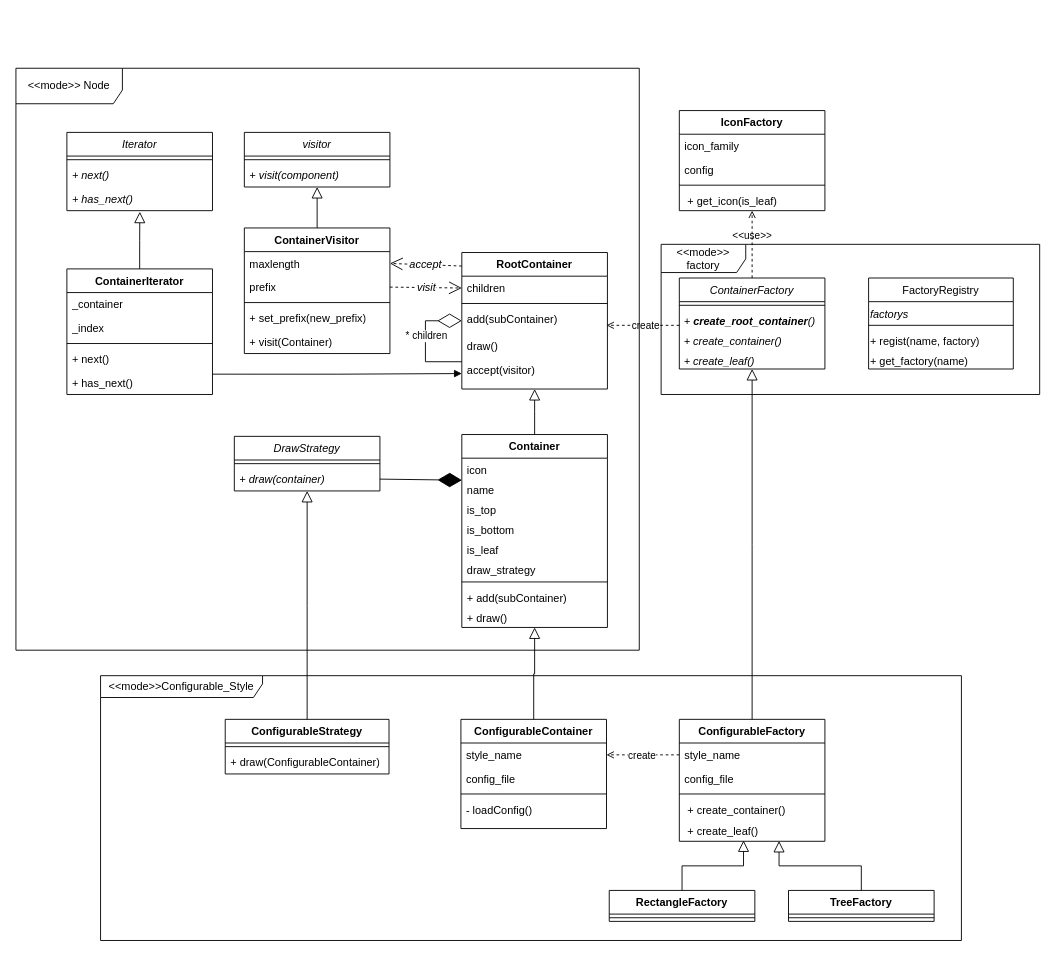
The draw.io diagram doc/UML.drawio in DonaLdZY/FunnyJsonExplorer, before the edit. Source tidied: cells renumbered, new cells numbered last; positions are measured from the earlier drawing's top-left corner, leaving out a move shared by most shapes. Both pictures are drawn from the tidied source at 91%, with x=0, y=0 at pixel (15, 15).
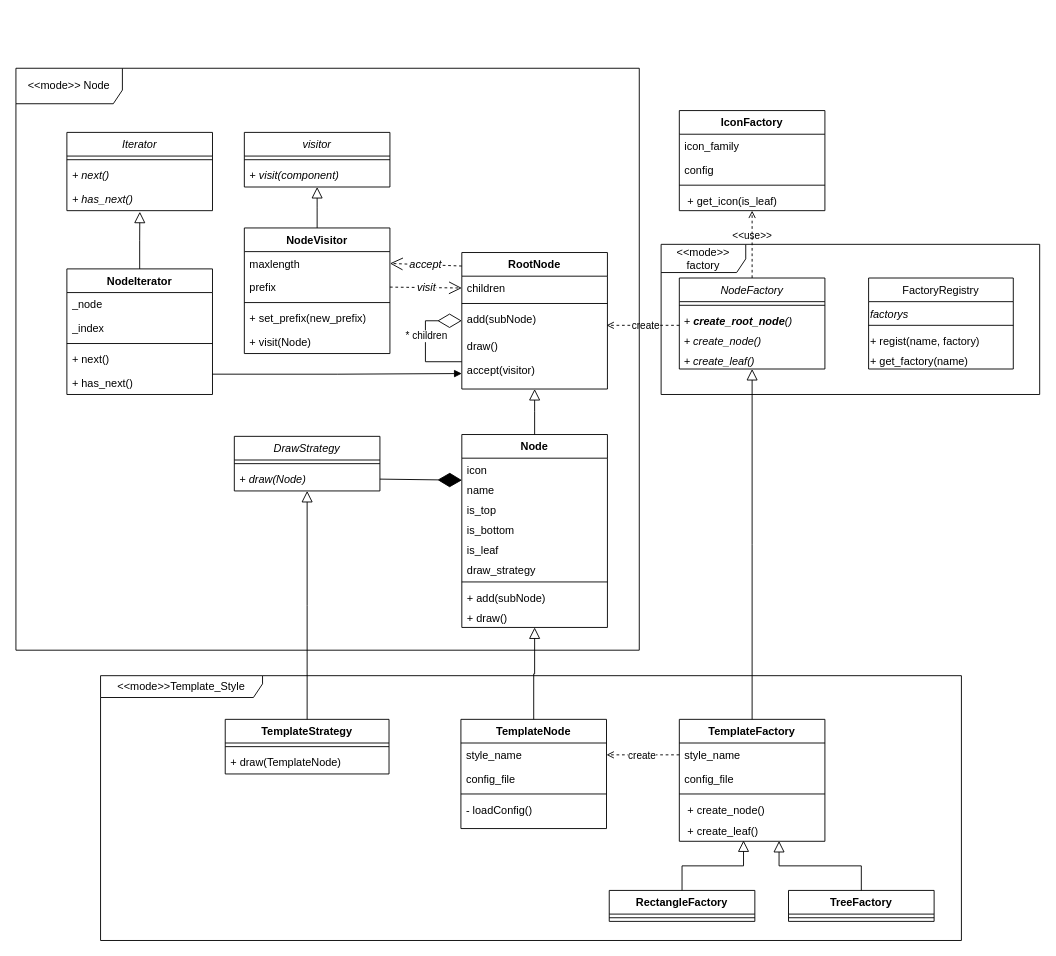
The same page after the edit.

Commit message (it also covers changes not shown here):
规范文件与类与变量的命名,但是UML图懒得改了

The change refers to these unchanged cells:
```xml
<mxCell id="66" value="&lt;i style=&quot;font-weight: normal;&quot;&gt;DrawStrategy&lt;/i&gt;" style="swimlane;fontStyle=1;align=center;verticalAlign=top;horizontal=1;startSize=26;whiteSpace=wrap;html=1;rounded=0;shadow=0;strokeColor=default;strokeWidth=1;fontFamily=Helvetica;fontSize=12;fontColor=default;fillColor=default;" parent="1" vertex="1">
  <mxGeometry x="240" y="462" width="160" height="60" as="geometry" />
</mxCell>
```

Change to the diagram source:
```diff
@@
-    <mxCell id="2" value="Container" style="swimlane;fontStyle=1;align=center;verticalAlign=top;horizontal=1;startSize=26;whiteSpace=wrap;html=1;rounded=0;shadow=0;strokeColor=default;strokeWidth=1;fontFamily=Helvetica;fontSize=12;fontColor=default;fillColor=default;" parent="1" vertex="1">
+    <mxCell id="2" value="Node" style="swimlane;fontStyle=1;align=center;verticalAlign=top;horizontal=1;startSize=26;whiteSpace=wrap;html=1;rounded=0;shadow=0;strokeColor=default;strokeWidth=1;fontFamily=Helvetica;fontSize=12;fontColor=default;fillColor=default;" parent="1" vertex="1">
       <mxGeometry x="490" y="460" width="160" height="212" as="geometry" />
     </mxCell>
@@
-    <mxCell id="10" value="+ add(subContainer)" style="text;align=left;verticalAlign=top;spacingLeft=4;spacingRight=4;overflow=hidden;" parent="2" vertex="1">
+    <mxCell id="10" value="+ add(subNode)" style="text;align=left;verticalAlign=top;spacingLeft=4;spacingRight=4;overflow=hidden;" parent="2" vertex="1">
       <mxGeometry y="166" width="160" height="22" as="geometry" />
     </mxCell>
@@
-    <mxCell id="12" value="ConfigurableContainer" style="swimlane;fontStyle=1;align=center;verticalAlign=top;horizontal=1;startSize=26;whiteSpace=wrap;html=1;rounded=0;shadow=0;strokeColor=default;strokeWidth=1;fontFamily=Helvetica;fontSize=12;fontColor=default;fillColor=default;" parent="1" vertex="1">
+    <mxCell id="12" value="TemplateNode" style="swimlane;fontStyle=1;align=center;verticalAlign=top;horizontal=1;startSize=26;whiteSpace=wrap;html=1;rounded=0;shadow=0;strokeColor=default;strokeWidth=1;fontFamily=Helvetica;fontSize=12;fontColor=default;fillColor=default;" parent="1" vertex="1">
       <mxGeometry x="489" y="773" width="160" height="120" as="geometry" />
     </mxCell>
@@
-    <mxCell id="18" value="RootContainer" style="swimlane;fontStyle=1;align=center;verticalAlign=top;horizontal=1;startSize=26;whiteSpace=wrap;html=1;rounded=0;shadow=0;strokeColor=default;strokeWidth=1;fontFamily=Helvetica;fontSize=12;fontColor=default;fillColor=default;" parent="1" vertex="1">
+    <mxCell id="18" value="RootNode" style="swimlane;fontStyle=1;align=center;verticalAlign=top;horizontal=1;startSize=26;whiteSpace=wrap;html=1;rounded=0;shadow=0;strokeColor=default;strokeWidth=1;fontFamily=Helvetica;fontSize=12;fontColor=default;fillColor=default;" parent="1" vertex="1">
       <mxGeometry x="490" y="260" width="160" height="150" as="geometry" />
     </mxCell>
@@
-    <mxCell id="21" value="add(subContainer)" style="text;align=left;verticalAlign=top;spacingLeft=4;spacingRight=4;overflow=hidden;points=[[0,0.5],[1,0.5]];portConstraint=eastwest;" parent="18" vertex="1">
+    <mxCell id="21" value="add(subNode)" style="text;align=left;verticalAlign=top;spacingLeft=4;spacingRight=4;overflow=hidden;points=[[0,0.5],[1,0.5]];portConstraint=eastwest;" parent="18" vertex="1">
       <mxGeometry y="60" width="160" height="30" as="geometry" />
     </mxCell>
@@
-    <mxCell id="26" value="&lt;span style=&quot;font-weight: normal;&quot;&gt;&lt;i&gt;ContainerFactory&lt;/i&gt;&lt;/span&gt;" style="swimlane;fontStyle=1;align=center;verticalAlign=top;horizontal=1;startSize=26;whiteSpace=wrap;html=1;rounded=0;shadow=0;strokeColor=default;strokeWidth=1;fontFamily=Helvetica;fontSize=12;fontColor=default;fillColor=default;" parent="1" vertex="1">
+    <mxCell id="26" value="&lt;span style=&quot;font-weight: normal;&quot;&gt;&lt;i&gt;NodeFactory&lt;/i&gt;&lt;/span&gt;" style="swimlane;fontStyle=1;align=center;verticalAlign=top;horizontal=1;startSize=26;whiteSpace=wrap;html=1;rounded=0;shadow=0;strokeColor=default;strokeWidth=1;fontFamily=Helvetica;fontSize=12;fontColor=default;fillColor=default;" parent="1" vertex="1">
       <mxGeometry x="729" y="288" width="160" height="100" as="geometry" />
     </mxCell>
@@
-    <mxCell id="28" value="&lt;div&gt;&lt;span style=&quot;text-wrap: nowrap;&quot;&gt;&lt;i&gt;&amp;nbsp;+ &lt;b&gt;create_root_container&lt;/b&gt;()&lt;/i&gt;&lt;/span&gt;&lt;br&gt;&lt;/div&gt;" style="text;whiteSpace=wrap;html=1;" parent="26" vertex="1">
+    <mxCell id="28" value="&lt;div&gt;&lt;span style=&quot;text-wrap: nowrap;&quot;&gt;&lt;i&gt;&amp;nbsp;+ &lt;b&gt;create_root_node&lt;/b&gt;()&lt;/i&gt;&lt;/span&gt;&lt;br&gt;&lt;/div&gt;" style="text;whiteSpace=wrap;html=1;" parent="26" vertex="1">
       <mxGeometry y="34" width="160" height="22" as="geometry" />
     </mxCell>
-    <mxCell id="29" value="&lt;div&gt;&lt;span style=&quot;text-wrap: nowrap;&quot;&gt;&lt;i&gt;&amp;nbsp;+ create_container()&lt;/i&gt;&lt;/span&gt;&lt;br&gt;&lt;/div&gt;" style="text;whiteSpace=wrap;html=1;" parent="26" vertex="1">
+    <mxCell id="29" value="&lt;div&gt;&lt;span style=&quot;text-wrap: nowrap;&quot;&gt;&lt;i&gt;&amp;nbsp;+ create_node()&lt;/i&gt;&lt;/span&gt;&lt;br&gt;&lt;/div&gt;" style="text;whiteSpace=wrap;html=1;" parent="26" vertex="1">
       <mxGeometry y="56" width="160" height="22" as="geometry" />
     </mxCell>
@@
-    <mxCell id="31" value="ConfigurableFactory" style="swimlane;fontStyle=1;align=center;verticalAlign=top;horizontal=1;startSize=26;whiteSpace=wrap;html=1;rounded=0;shadow=0;strokeColor=default;strokeWidth=1;fontFamily=Helvetica;fontSize=12;fontColor=default;fillColor=default;" parent="1" vertex="1">
+    <mxCell id="31" value="TemplateFactory" style="swimlane;fontStyle=1;align=center;verticalAlign=top;horizontal=1;startSize=26;whiteSpace=wrap;html=1;rounded=0;shadow=0;strokeColor=default;strokeWidth=1;fontFamily=Helvetica;fontSize=12;fontColor=default;fillColor=default;" parent="1" vertex="1">
       <mxGeometry x="729" y="773" width="160" height="134" as="geometry" />
     </mxCell>
@@
-    <mxCell id="35" value=" + create_container()" style="text;align=left;verticalAlign=top;spacingLeft=4;spacingRight=4;overflow=hidden;" parent="31" vertex="1">
+    <mxCell id="35" value=" + create_node()" style="text;align=left;verticalAlign=top;spacingLeft=4;spacingRight=4;overflow=hidden;" parent="31" vertex="1">
       <mxGeometry y="86" width="160" height="24" as="geometry" />
     </mxCell>
@@
-    <mxCell id="57" value="ContainerIterator" style="swimlane;fontStyle=1;align=center;verticalAlign=top;horizontal=1;startSize=26;whiteSpace=wrap;html=1;rounded=0;shadow=0;strokeColor=default;strokeWidth=1;fontFamily=Helvetica;fontSize=12;fontColor=default;fillColor=default;" parent="1" vertex="1">
+    <mxCell id="57" value="NodeIterator" style="swimlane;fontStyle=1;align=center;verticalAlign=top;horizontal=1;startSize=26;whiteSpace=wrap;html=1;rounded=0;shadow=0;strokeColor=default;strokeWidth=1;fontFamily=Helvetica;fontSize=12;fontColor=default;fillColor=default;" parent="1" vertex="1">
       <mxGeometry x="56" y="278" width="160" height="138" as="geometry" />
     </mxCell>
-    <mxCell id="58" value="&lt;span style=&quot;font-style: normal;&quot;&gt;_container&lt;/span&gt;&lt;div&gt;&lt;br&gt;&lt;/div&gt;" style="text;strokeColor=none;fillColor=none;align=left;verticalAlign=top;spacingLeft=4;spacingRight=4;overflow=hidden;whiteSpace=wrap;html=1;fontFamily=Helvetica;fontSize=12;fontColor=default;fontStyle=2;" parent="57" vertex="1">
+    <mxCell id="58" value="&lt;span style=&quot;font-style: normal;&quot;&gt;_node&lt;/span&gt;&lt;div&gt;&lt;br&gt;&lt;/div&gt;" style="text;strokeColor=none;fillColor=none;align=left;verticalAlign=top;spacingLeft=4;spacingRight=4;overflow=hidden;whiteSpace=wrap;html=1;fontFamily=Helvetica;fontSize=12;fontColor=default;fontStyle=2;" parent="57" vertex="1">
       <mxGeometry y="26" width="160" height="26" as="geometry" />
     </mxCell>
@@
-    <mxCell id="68" value="&lt;i&gt;+ draw(container)&lt;/i&gt;" style="text;strokeColor=none;fillColor=none;align=left;verticalAlign=top;spacingLeft=4;spacingRight=4;overflow=hidden;points=[[0,0.5],[1,0.5]];portConstraint=eastwest;whiteSpace=wrap;html=1;" parent="66" vertex="1">
+    <mxCell id="68" value="&lt;i&gt;+ draw(Node)&lt;/i&gt;" style="text;strokeColor=none;fillColor=none;align=left;verticalAlign=top;spacingLeft=4;spacingRight=4;overflow=hidden;points=[[0,0.5],[1,0.5]];portConstraint=eastwest;whiteSpace=wrap;html=1;" parent="66" vertex="1">
       <mxGeometry y="34" width="160" height="26" as="geometry" />
     </mxCell>
-    <mxCell id="69" value="ConfigurableStrategy" style="swimlane;fontStyle=1;align=center;verticalAlign=top;horizontal=1;startSize=26;whiteSpace=wrap;html=1;rounded=0;shadow=0;strokeColor=default;strokeWidth=1;fontFamily=Helvetica;fontSize=12;fontColor=default;fillColor=default;" parent="1" vertex="1">
+    <mxCell id="69" value="TemplateStrategy" style="swimlane;fontStyle=1;align=center;verticalAlign=top;horizontal=1;startSize=26;whiteSpace=wrap;html=1;rounded=0;shadow=0;strokeColor=default;strokeWidth=1;fontFamily=Helvetica;fontSize=12;fontColor=default;fillColor=default;" parent="1" vertex="1">
       <mxGeometry x="230" y="773" width="180" height="60" as="geometry" />
     </mxCell>
@@
-    <mxCell id="71" value="&lt;span style=&quot;font-style: normal;&quot;&gt;+ draw(ConfigurableContainer)&lt;/span&gt;" style="text;strokeColor=none;fillColor=none;align=left;verticalAlign=top;spacingLeft=4;spacingRight=4;overflow=hidden;whiteSpace=wrap;html=1;fontFamily=Helvetica;fontSize=12;fontColor=default;fontStyle=2;" parent="69" vertex="1">
+    <mxCell id="71" value="&lt;span style=&quot;font-style: normal;&quot;&gt;+ draw(TemplateNode)&lt;/span&gt;" style="text;strokeColor=none;fillColor=none;align=left;verticalAlign=top;spacingLeft=4;spacingRight=4;overflow=hidden;whiteSpace=wrap;html=1;fontFamily=Helvetica;fontSize=12;fontColor=default;fontStyle=2;" parent="69" vertex="1">
       <mxGeometry y="34" width="180" height="26" as="geometry" />
     </mxCell>
@@
-    <mxCell id="79" value="ContainerVisitor" style="swimlane;fontStyle=1;align=center;verticalAlign=top;horizontal=1;startSize=26;whiteSpace=wrap;html=1;rounded=0;shadow=0;strokeColor=default;strokeWidth=1;fontFamily=Helvetica;fontSize=12;fontColor=default;fillColor=default;" parent="1" vertex="1">
+    <mxCell id="79" value="NodeVisitor" style="swimlane;fontStyle=1;align=center;verticalAlign=top;horizontal=1;startSize=26;whiteSpace=wrap;html=1;rounded=0;shadow=0;strokeColor=default;strokeWidth=1;fontFamily=Helvetica;fontSize=12;fontColor=default;fillColor=default;" parent="1" vertex="1">
       <mxGeometry x="251" y="233" width="160" height="138" as="geometry" />
     </mxCell>
@@
-    <mxCell id="84" value="&lt;span style=&quot;font-style: normal;&quot;&gt;+ visit(Container)&lt;/span&gt;" style="text;strokeColor=none;fillColor=none;align=left;verticalAlign=top;spacingLeft=4;spacingRight=4;overflow=hidden;whiteSpace=wrap;html=1;fontFamily=Helvetica;fontSize=12;fontColor=default;fontStyle=2;" parent="79" vertex="1">
+    <mxCell id="84" value="&lt;span style=&quot;font-style: normal;&quot;&gt;+ visit(Node)&lt;/span&gt;" style="text;strokeColor=none;fillColor=none;align=left;verticalAlign=top;spacingLeft=4;spacingRight=4;overflow=hidden;whiteSpace=wrap;html=1;fontFamily=Helvetica;fontSize=12;fontColor=default;fontStyle=2;" parent="79" vertex="1">
       <mxGeometry y="112" width="160" height="26" as="geometry" />
     </mxCell>
@@
-    <mxCell id="91" value="&amp;lt;&amp;lt;mode&amp;gt;&amp;gt;Configurable_Style" style="shape=umlFrame;whiteSpace=wrap;html=1;width=178;height=24;" parent="1" vertex="1">
+    <mxCell id="91" value="&amp;lt;&amp;lt;mode&amp;gt;&amp;gt;Template_Style" style="shape=umlFrame;whiteSpace=wrap;html=1;width=178;height=24;" parent="1" vertex="1">
       <mxGeometry x="93" y="725" width="946" height="291" as="geometry" />
     </mxCell>
```
